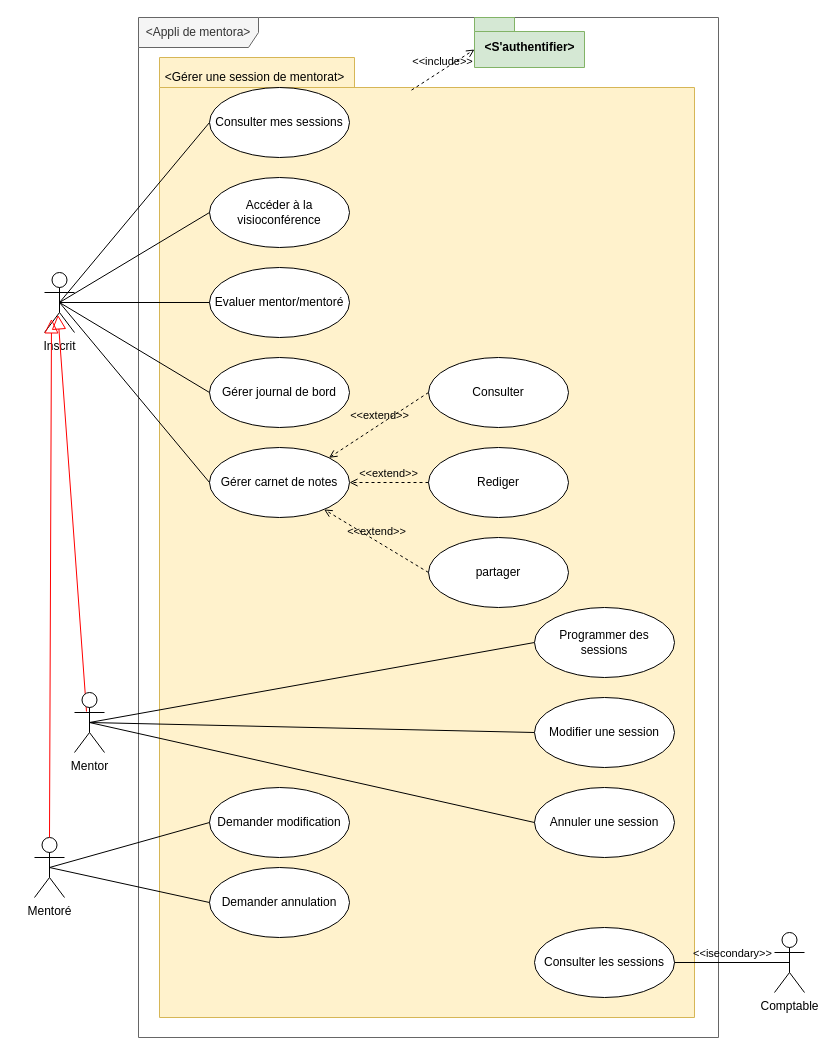
Above: page "Gérer une session" (5 of 8) of UseCasesDiagram.drawio in emmo78/Project_ConceptionOfMentorApp (draw.io), before the change. Source tidied: cells renumbered, new cells numbered last; positions are measured from the earlier drawing's top-left corner, leaving out a move shared by most shapes. Both pictures are drawn from the tidied source at 100%, with x=0, y=0 at pixel (34, 17).
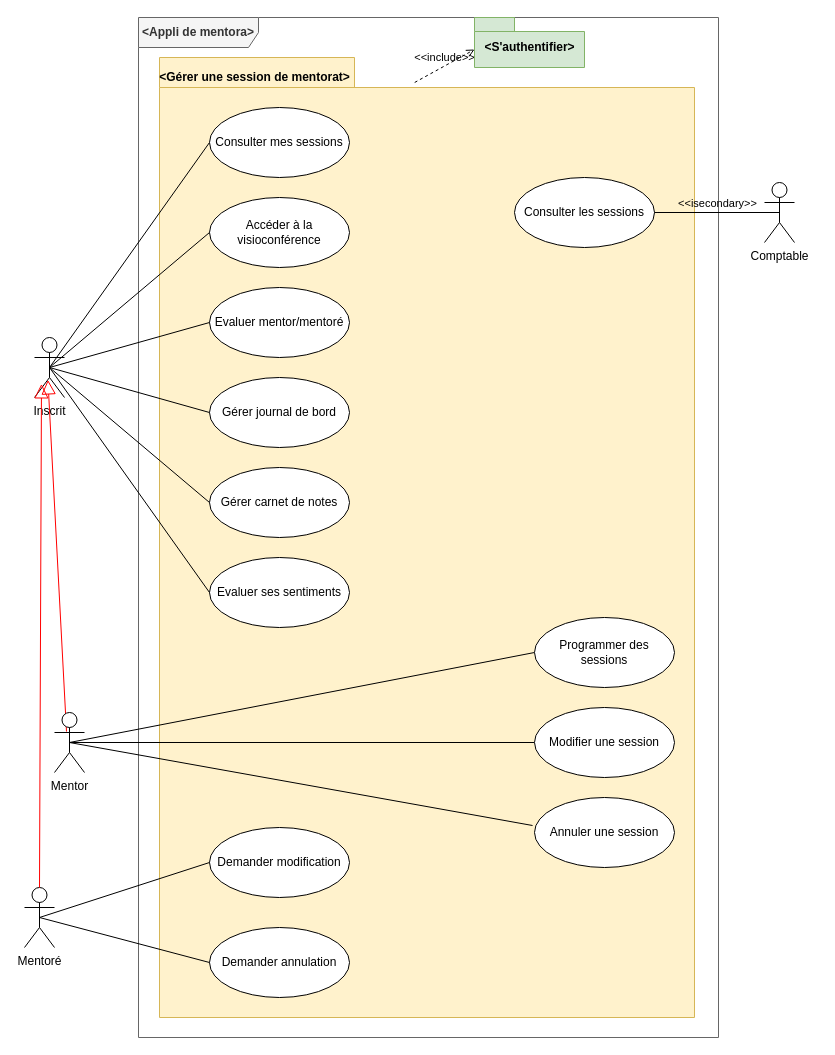
The same diagram, later.

Unchanged cells that the change refers to:
```xml
<mxCell id="3" style="shape=folder;fontStyle=1;spacingTop=10;tabWidth=195;tabHeight=30;tabPosition=left;html=1;fillColor=#fff2cc;strokeColor=#d6b656;" parent="1" vertex="1">
  <mxGeometry x="125" y="40" width="535" height="960" as="geometry" />
</mxCell>
<mxCell id="7" value="&amp;lt;S'authentifier&amp;gt;" style="shape=folder;fontStyle=1;spacingTop=10;tabWidth=40;tabHeight=14;tabPosition=left;html=1;fillColor=#d5e8d4;strokeColor=#82b366;" parent="1" vertex="1">
  <mxGeometry x="440" width="110" height="50" as="geometry" />
</mxCell>
```

The edit, as a diff of the source:
```diff
@@
-    <mxCell id="2" value="&amp;lt;Appli de mentora&amp;gt;" style="shape=umlFrame;whiteSpace=wrap;html=1;width=120;height=30;fillColor=#f5f5f5;strokeColor=#666666;fontColor=#333333;" parent="1" vertex="1">
+    <mxCell id="2" value="&lt;b&gt;&amp;lt;Appli de mentora&amp;gt;&lt;/b&gt;" style="shape=umlFrame;whiteSpace=wrap;html=1;width=120;height=30;fillColor=#f5f5f5;strokeColor=#666666;fontColor=#333333;" parent="1" vertex="1">
       <mxGeometry x="104" width="580" height="1020" as="geometry" />
     </mxCell>
@@
-    <mxCell id="4" value="&amp;lt;Gérer une session de mentorat&amp;gt;" style="text;html=1;align=center;verticalAlign=middle;strokeColor=none;fillColor=none;" parent="1" vertex="1">
-      <mxGeometry x="125" y="50" width="190" height="20" as="geometry" />
+    <mxCell id="4" value="&lt;b&gt;&amp;lt;Gérer une session de mentorat&amp;gt;&lt;/b&gt;" style="text;html=1;align=center;verticalAlign=middle;strokeColor=none;fillColor=none;" parent="1" vertex="1">
+      <mxGeometry x="115" y="50" width="210" height="20" as="geometry" />
     </mxCell>
     <mxCell id="5" value="Annuler une session" style="ellipse;whiteSpace=wrap;html=1;" parent="1" vertex="1">
-      <mxGeometry x="500" y="770" width="140" height="70" as="geometry" />
+      <mxGeometry x="500" y="780" width="140" height="70" as="geometry" />
     </mxCell>
-    <mxCell id="6" value="&amp;lt;&amp;lt;include&amp;gt;&amp;gt;" style="html=1;verticalAlign=bottom;labelBackgroundColor=none;endArrow=open;endFill=0;dashed=1;strokeWidth=1;entryX=0;entryY=0;entryDx=0;entryDy=32;entryPerimeter=0;exitX=0.471;exitY=0.034;exitDx=0;exitDy=0;exitPerimeter=0;" parent="1" edge="1" source="3" target="7">
+    <mxCell id="6" value="&amp;lt;&amp;lt;include&amp;gt;&amp;gt;" style="html=1;verticalAlign=bottom;labelBackgroundColor=none;endArrow=open;endFill=0;dashed=1;strokeWidth=1;entryX=0;entryY=0;entryDx=0;entryDy=32;entryPerimeter=0;exitX=0.477;exitY=0.026;exitDx=0;exitDy=0;exitPerimeter=0;" parent="1" edge="1" source="3" target="7">
       <mxGeometry relative="1" as="geometry" />
     </mxCell>
@@
     <mxCell id="8" value="Accéder à la visioconférence" style="ellipse;whiteSpace=wrap;html=1;" parent="1" vertex="1">
-      <mxGeometry x="175" y="160" width="140" height="70" as="geometry" />
+      <mxGeometry x="175" y="180" width="140" height="70" as="geometry" />
     </mxCell>
@@
     <mxCell id="10" value="Consulter mes sessions" style="ellipse;whiteSpace=wrap;html=1;" parent="1" vertex="1">
-      <mxGeometry x="175" y="70" width="140" height="70" as="geometry" />
+      <mxGeometry x="175" y="90" width="140" height="70" as="geometry" />
     </mxCell>
     <mxCell id="11" value="Inscrit" style="shape=umlActor;verticalLabelPosition=bottom;verticalAlign=top;html=1;" parent="1" vertex="1">
-      <mxGeometry x="10" y="255" width="30" height="60" as="geometry" />
+      <mxGeometry y="320" width="30" height="60" as="geometry" />
     </mxCell>
     <mxCell id="12" value="Mentoré" style="shape=umlActor;verticalLabelPosition=bottom;verticalAlign=top;html=1;" parent="1" vertex="1">
-      <mxGeometry y="820" width="30" height="60" as="geometry" />
+      <mxGeometry x="-10" y="870" width="30" height="60" as="geometry" />
     </mxCell>
     <mxCell id="13" value="Demander modification" style="ellipse;whiteSpace=wrap;html=1;" parent="1" vertex="1">
-      <mxGeometry x="175" y="770" width="140" height="70" as="geometry" />
+      <mxGeometry x="175" y="810" width="140" height="70" as="geometry" />
     </mxCell>
@@
     <mxCell id="16" value="Consulter les sessions" style="ellipse;whiteSpace=wrap;html=1;" parent="1" vertex="1">
-      <mxGeometry x="500" y="910" width="140" height="70" as="geometry" />
+      <mxGeometry x="480" y="160" width="140" height="70" as="geometry" />
     </mxCell>
@@
     <mxCell id="19" value="Evaluer mentor/mentoré" style="ellipse;whiteSpace=wrap;html=1;" parent="1" vertex="1">
-      <mxGeometry x="175" y="250" width="140" height="70" as="geometry" />
+      <mxGeometry x="175" y="270" width="140" height="70" as="geometry" />
     </mxCell>
@@
     <mxCell id="21" value="Gérer carnet de notes" style="ellipse;whiteSpace=wrap;html=1;" parent="1" vertex="1">
-      <mxGeometry x="175" y="430" width="140" height="70" as="geometry" />
+      <mxGeometry x="175" y="450" width="140" height="70" as="geometry" />
     </mxCell>
-    <mxCell id="22" value="Consulter" style="ellipse;whiteSpace=wrap;html=1;" parent="1" vertex="1">
-      <mxGeometry x="394" y="340" width="140" height="70" as="geometry" />
-    </mxCell>
-    <mxCell id="23" value="Rediger" style="ellipse;whiteSpace=wrap;html=1;" parent="1" vertex="1">
-      <mxGeometry x="394" y="430" width="140" height="70" as="geometry" />
-    </mxCell>
-    <mxCell id="24" value="partager" style="ellipse;whiteSpace=wrap;html=1;" parent="1" vertex="1">
-      <mxGeometry x="394" y="520" width="140" height="70" as="geometry" />
-    </mxCell>
-    <mxCell id="25" value="&amp;lt;&amp;lt;extend&amp;gt;&amp;gt;" style="html=1;verticalAlign=bottom;labelBackgroundColor=none;endArrow=open;endFill=0;dashed=1;exitX=0;exitY=0.5;exitDx=0;exitDy=0;entryX=1;entryY=0;entryDx=0;entryDy=0;" parent="1" edge="1" source="22" target="21">
-      <mxGeometry relative="1" as="geometry" />
-    </mxCell>
     <mxCell id="26" value="Gérer journal de bord" style="ellipse;whiteSpace=wrap;html=1;" parent="1" vertex="1">
-      <mxGeometry x="175" y="340" width="140" height="70" as="geometry" />
+      <mxGeometry x="175" y="360" width="140" height="70" as="geometry" />
     </mxCell>
     <mxCell id="27" value="Demander annulation" style="ellipse;whiteSpace=wrap;html=1;" parent="1" vertex="1">
-      <mxGeometry x="175" y="850" width="140" height="70" as="geometry" />
+      <mxGeometry x="175" y="910" width="140" height="70" as="geometry" />
     </mxCell>
@@
     <mxCell id="29" value="Comptable" style="shape=umlActor;verticalLabelPosition=bottom;verticalAlign=top;html=1;" parent="1" vertex="1">
-      <mxGeometry x="740" y="915" width="30" height="60" as="geometry" />
+      <mxGeometry x="730" y="165" width="30" height="60" as="geometry" />
     </mxCell>
     <mxCell id="30" value="Mentor" style="shape=umlActor;verticalLabelPosition=bottom;verticalAlign=top;html=1;" parent="1" vertex="1">
-      <mxGeometry x="40" y="675" width="30" height="60" as="geometry" />
+      <mxGeometry x="20" y="695" width="30" height="60" as="geometry" />
     </mxCell>
@@
     <mxCell id="32" value="Programmer des sessions" style="ellipse;whiteSpace=wrap;html=1;" parent="1" vertex="1">
-      <mxGeometry x="500" y="590" width="140" height="70" as="geometry" />
+      <mxGeometry x="500" y="600" width="140" height="70" as="geometry" />
     </mxCell>
@@
     <mxCell id="34" value="Modifier une session" style="ellipse;whiteSpace=wrap;html=1;" parent="1" vertex="1">
-      <mxGeometry x="500" y="680" width="140" height="70" as="geometry" />
+      <mxGeometry x="500" y="690" width="140" height="70" as="geometry" />
     </mxCell>
-    <mxCell id="35" style="endArrow=none;html=1;exitX=0.5;exitY=0.5;exitDx=0;exitDy=0;exitPerimeter=0;entryX=0;entryY=0.5;entryDx=0;entryDy=0;" parent="1" edge="1" source="30">
-      <mxGeometry relative="1" as="geometry">
-        <mxPoint x="500" y="805" as="targetPoint" />
-      </mxGeometry>
+    <mxCell id="35" style="endArrow=none;html=1;exitX=0.5;exitY=0.5;exitDx=0;exitDy=0;exitPerimeter=0;entryX=-0.014;entryY=0.4;entryDx=0;entryDy=0;entryPerimeter=0;" parent="1" edge="1" source="30" target="5">
+      <mxGeometry relative="1" as="geometry" />
     </mxCell>
-    <mxCell id="36" value="&amp;lt;&amp;lt;extend&amp;gt;&amp;gt;" style="html=1;verticalAlign=bottom;labelBackgroundColor=none;endArrow=open;endFill=0;dashed=1;exitX=0;exitY=0.5;exitDx=0;exitDy=0;entryX=1;entryY=0.5;entryDx=0;entryDy=0;" parent="1" edge="1" source="23" target="21">
-      <mxGeometry relative="1" as="geometry" />
-    </mxCell>
-    <mxCell id="37" value="&amp;lt;&amp;lt;extend&amp;gt;&amp;gt;" style="html=1;verticalAlign=bottom;labelBackgroundColor=none;endArrow=open;endFill=0;dashed=1;exitX=0;exitY=0.5;exitDx=0;exitDy=0;" parent="1" edge="1" source="24" target="21">
-      <mxGeometry relative="1" as="geometry" />
-    </mxCell>
@@
-    <mxCell id="40" value="&amp;lt;&amp;lt;isecondary&amp;gt;&amp;gt;" style="html=1;verticalAlign=bottom;labelBackgroundColor=none;endArrow=none;endFill=0;entryX=0.5;entryY=0.5;entryDx=0;entryDy=0;entryPerimeter=0;exitX=1;exitY=0.5;exitDx=0;exitDy=0;" parent="1" edge="1" source="16" target="29">
+    <mxCell id="40" value="&amp;lt;&amp;lt;isecondary&amp;gt;&amp;gt;" style="html=1;verticalAlign=bottom;labelBackgroundColor=none;endArrow=none;endFill=0;exitX=1;exitY=0.5;exitDx=0;exitDy=0;entryX=0.5;entryY=0.5;entryDx=0;entryDy=0;entryPerimeter=0;" parent="1" edge="1" source="16" target="29">
       <mxGeometry relative="1" as="geometry" />
     </mxCell>
+    <mxCell id="41" value="Evaluer ses sentiments" style="ellipse;whiteSpace=wrap;html=1;" parent="1" vertex="1">
+      <mxGeometry x="175" y="540" width="140" height="70" as="geometry" />
+    </mxCell>
+    <mxCell id="42" style="endArrow=none;html=1;strokeColor=#000000;entryX=0;entryY=0.5;entryDx=0;entryDy=0;exitX=0.5;exitY=0.5;exitDx=0;exitDy=0;exitPerimeter=0;" parent="1" edge="1" source="11" target="41">
+      <mxGeometry relative="1" as="geometry" />
+    </mxCell>
```
